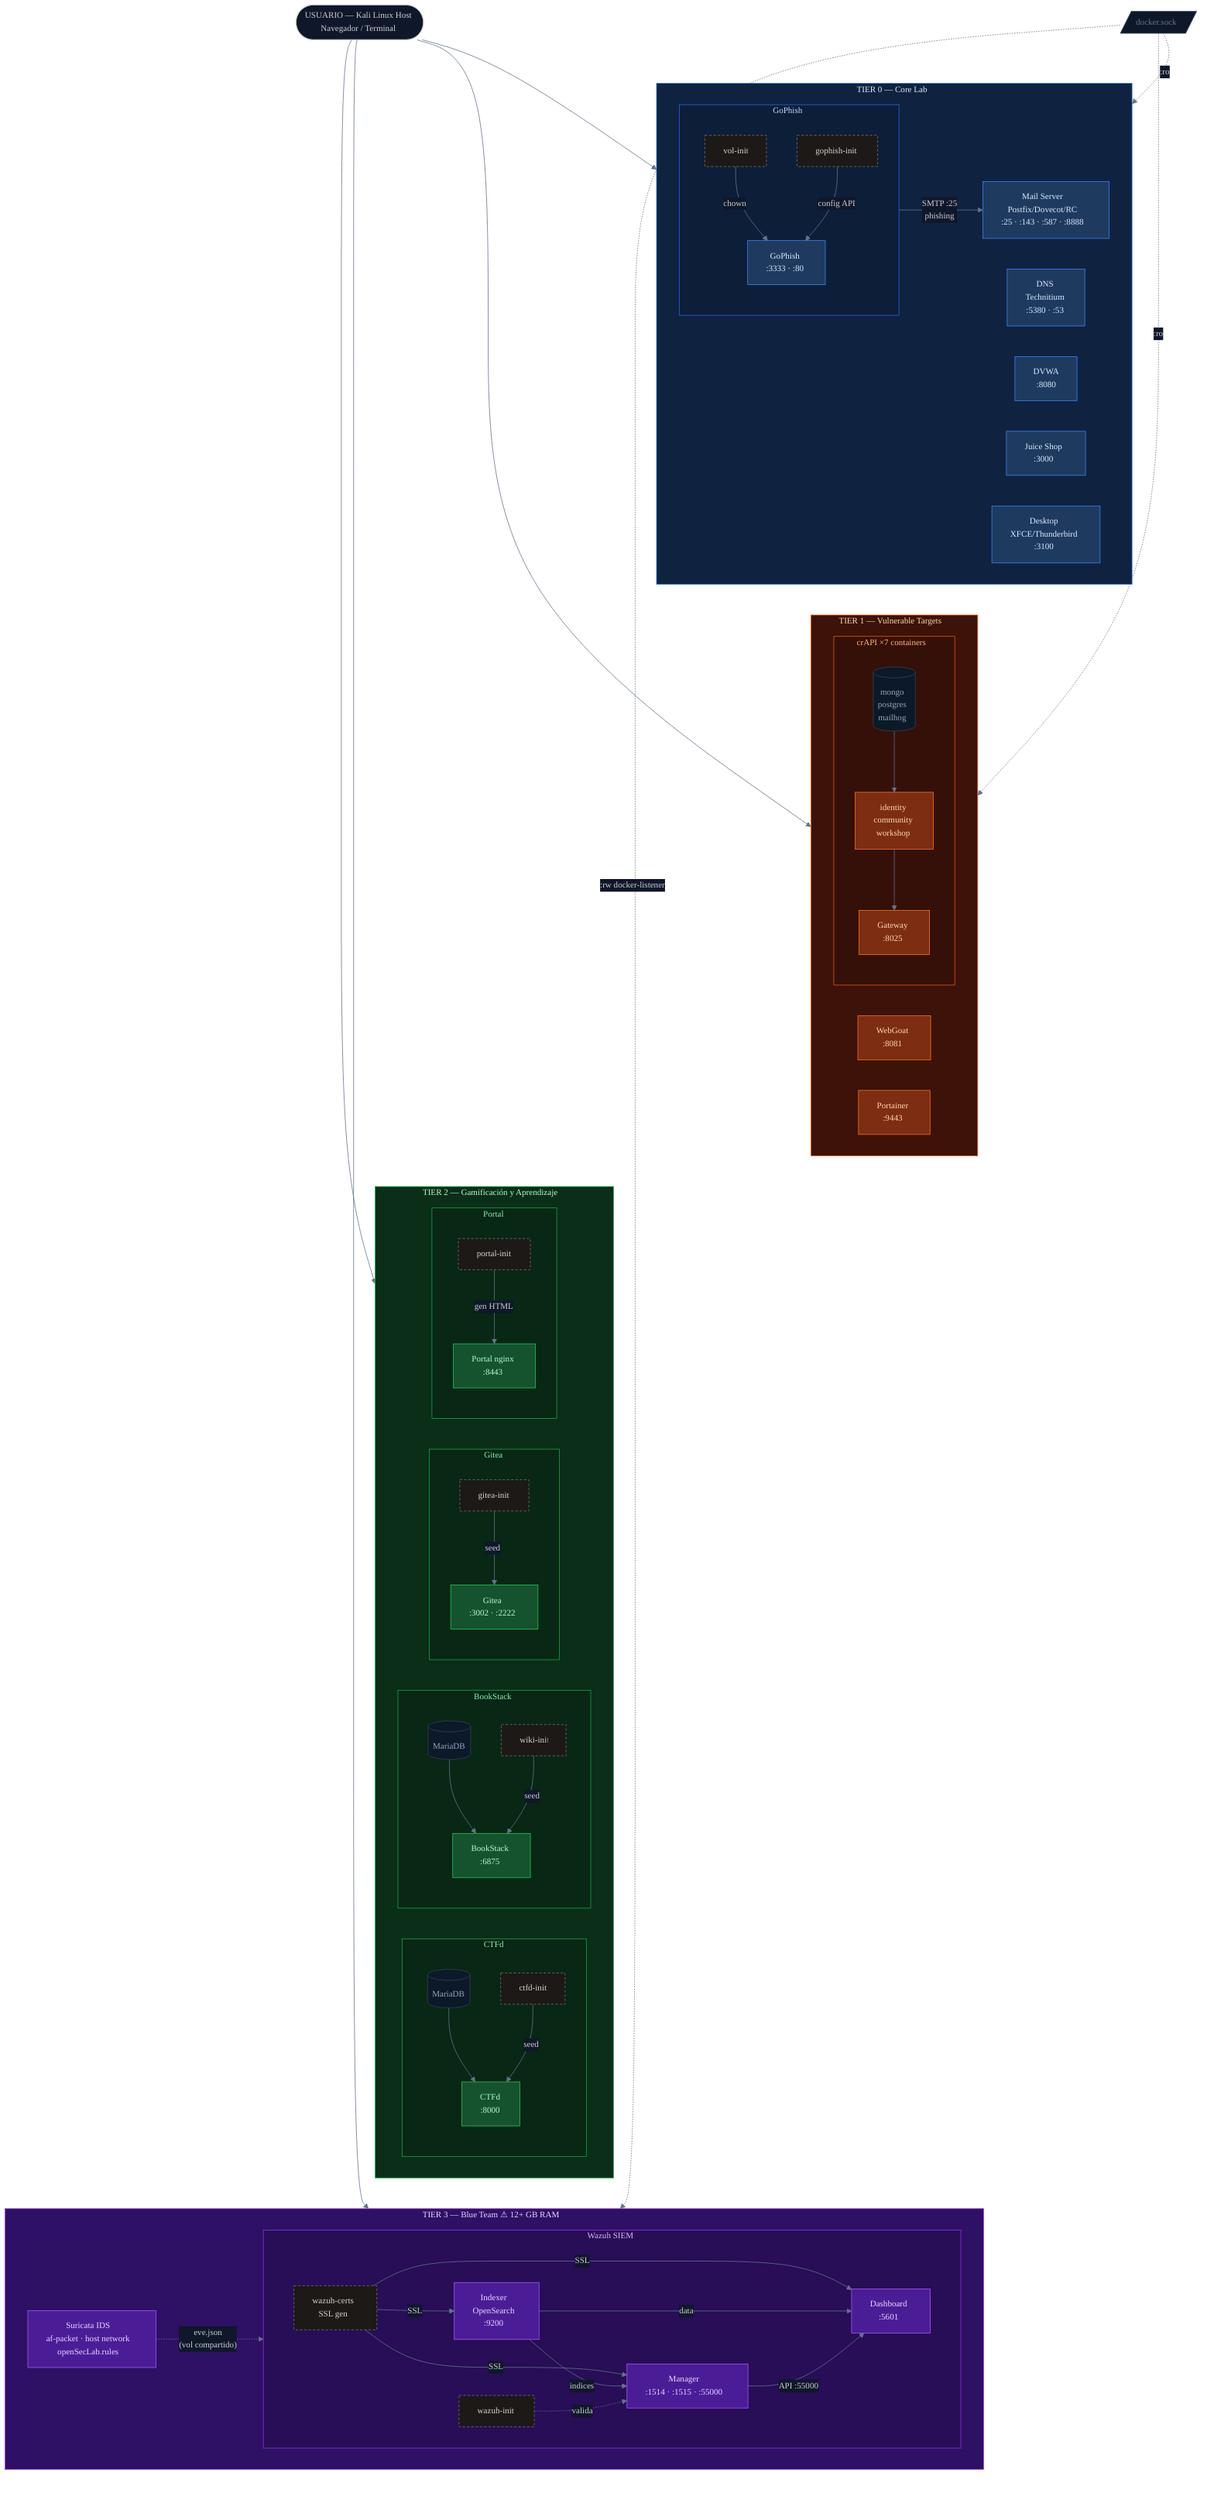
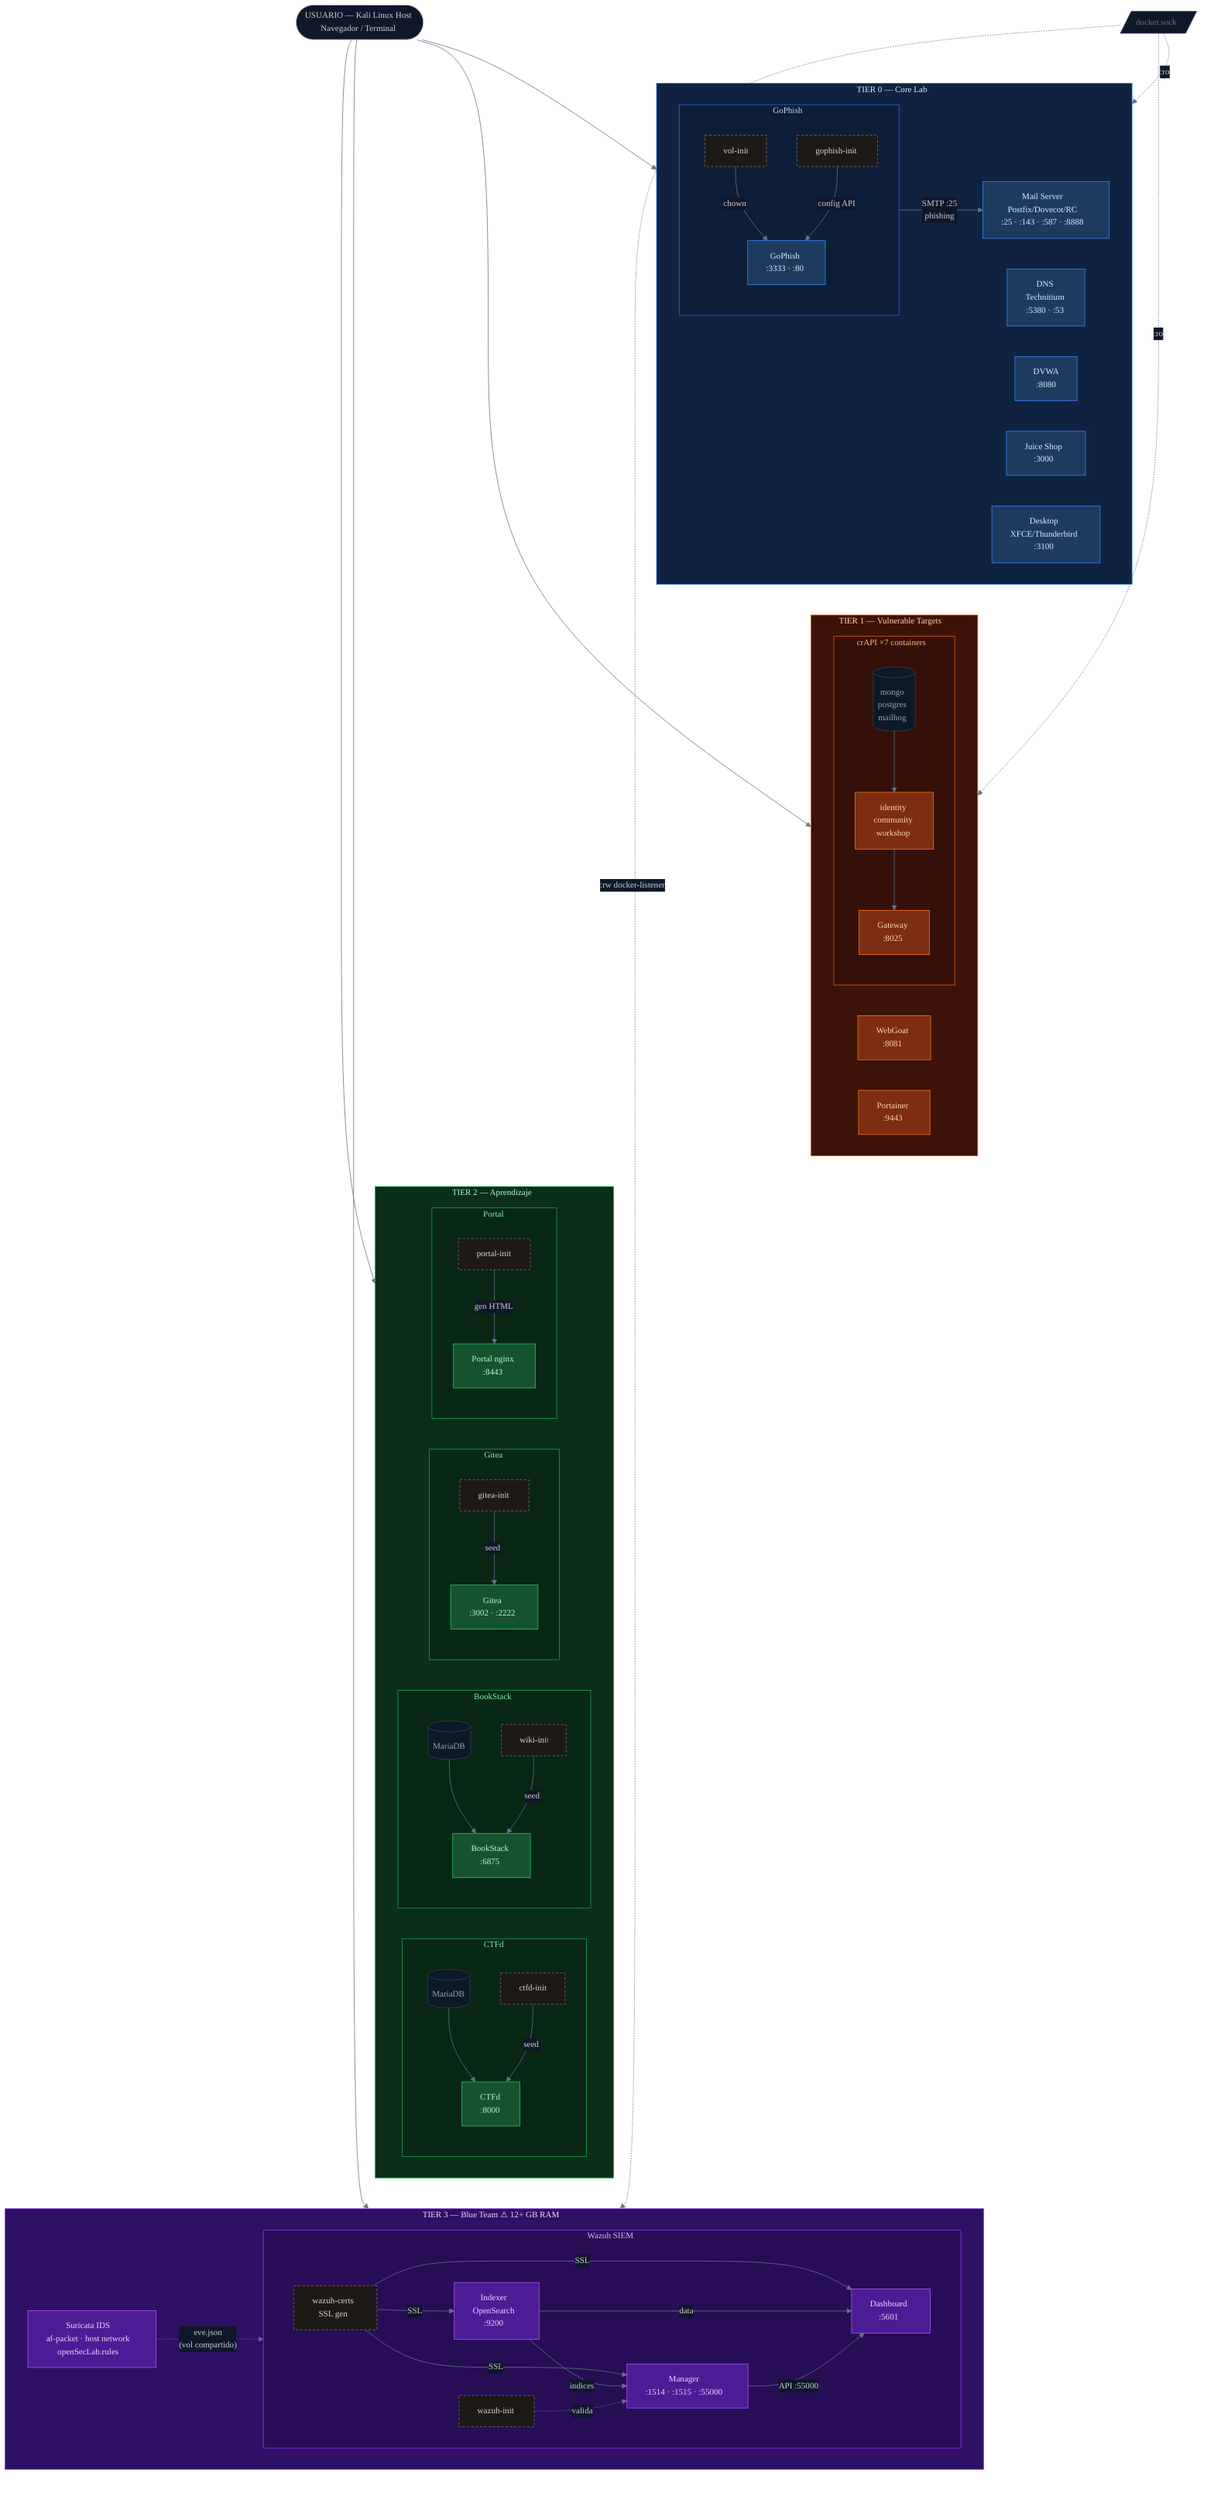
%%{
  init: {
    "theme": "dark",
    "themeVariables": {
      "background":       "#0f172a",
      "mainBkg":          "#0f172a",
      "primaryColor":     "#1e293b",
      "primaryTextColor": "#f1f5f9",
      "primaryBorderColor":"#475569",
      "lineColor":        "#64748b",
      "clusterBkg":       "#1a2235",
      "clusterBorder":    "#334155",
      "titleColor":       "#f8fafc",
      "edgeLabelBackground":"#0f172a",
      "fontFamily":       "ui-monospace, monospace",
      "fontSize":         "14px"
    }
  }
}%%
flowchart TB

  %% ══════════════════════════════════════════════════════════
  %%  ENTRY POINT
  %% ══════════════════════════════════════════════════════════
  BROWSER(["USUARIO — Kali Linux Host\nNavegador / Terminal"])

  %% ══════════════════════════════════════════════════════════
  %%  TIER 0 — CORE LAB
  %% ══════════════════════════════════════════════════════════
  subgraph T0["  TIER 0 — Core Lab  "]
    direction LR
    DNS["DNS\nTechnitium\n:5380 · :53"]
    MAIL["Mail Server\nPostfix/Dovecot/RC\n:25 · :143 · :587 · :8888"]
    DVWA["DVWA\n:8080"]
    JUICE["Juice Shop\n:3000"]
    DESKTOP["Desktop\nXFCE/Thunderbird\n:3100"]
    subgraph GPHSH["  GoPhish  "]
      direction TB
      GOPHISH_VI["vol-init"]:::init
      GOPHISH["GoPhish\n:3333 · :80"]
      GOPHISH_INIT["gophish-init"]:::init
      GOPHISH_VI -->|"chown"| GOPHISH
      GOPHISH_INIT -->|"config API"| GOPHISH
    end
  end

  %% ══════════════════════════════════════════════════════════
  %%  TIER 1 — VULNERABLE TARGETS
  %% ══════════════════════════════════════════════════════════
  subgraph T1["  TIER 1 — Vulnerable Targets  "]
    direction LR
    WEBGOAT["WebGoat\n:8081"]
    PORTAINER["Portainer\n:9443"]
    subgraph CRAPI_GRP["  crAPI  ×7 containers  "]
      direction TB
      CRAPI_DB[("mongo\npostgres\nmailhog")]:::db
      CRAPI_SVC["identity\ncommunity\nworkshop"]
      CRAPI["Gateway\n:8025"]
      CRAPI_DB --> CRAPI_SVC --> CRAPI
    end
  end

  %% ══════════════════════════════════════════════════════════
-   %%  TIER 2 — GAMIFICACIÓN
-   %% ══════════════════════════════════════════════════════════
-   subgraph T2["  TIER 2 — Gamificación y Aprendizaje  "]
+   %%  TIER 2 — APRENDIZAJE
+   %% ══════════════════════════════════════════════════════════
+   subgraph T2["  TIER 2 — Aprendizaje  "]
    direction LR

    subgraph CTFD_GRP["  CTFd  "]
      direction TB
      CTFD_DB[("MariaDB")]:::db
      CTFD["CTFd\n:8000"]
      CTFD_INIT["ctfd-init"]:::init
      CTFD_DB --> CTFD
      CTFD_INIT -->|"seed"| CTFD
    end

    subgraph WIKI_GRP["  BookStack  "]
      direction TB
      WIKI_DB[("MariaDB")]:::db
      WIKI["BookStack\n:6875"]
      WIKI_INIT["wiki-init"]:::init
      WIKI_DB --> WIKI
      WIKI_INIT -->|"seed"| WIKI
    end

    subgraph GITEA_GRP["  Gitea  "]
      direction TB
      GITEA["Gitea\n:3002 · :2222"]
      GITEA_INIT["gitea-init"]:::init
      GITEA_INIT -->|"seed"| GITEA
    end

    subgraph PORTAL_GRP["  Portal  "]
      direction TB
      PORTAL_INIT["portal-init"]:::init
      PORTAL["Portal nginx\n:8443"]
      PORTAL_INIT -->|"gen HTML"| PORTAL
    end
  end

  %% ══════════════════════════════════════════════════════════
  %%  TIER 3 — BLUE TEAM
  %% ══════════════════════════════════════════════════════════
  subgraph T3["  TIER 3 — Blue Team  ⚠ 12+ GB RAM  "]
    direction LR

    subgraph WAZUH_GRP["  Wazuh SIEM  "]
      direction LR
      WAZUH_CERTS["wazuh-certs\nSSL gen"]:::init
      WAZUH_IDX["Indexer\nOpenSearch\n:9200"]
      WAZUH_MGR["Manager\n:1514 · :1515 · :55000"]
      WAZUH_DASH["Dashboard\n:5601"]
      WAZUH_INIT["wazuh-init"]:::init
      WAZUH_CERTS -->|"SSL"| WAZUH_IDX
      WAZUH_CERTS -->|"SSL"| WAZUH_MGR
      WAZUH_CERTS -->|"SSL"| WAZUH_DASH
      WAZUH_IDX -->|"indices"| WAZUH_MGR
      WAZUH_IDX -->|"data"| WAZUH_DASH
      WAZUH_MGR -->|"API :55000"| WAZUH_DASH
      WAZUH_INIT -.->|"valida"| WAZUH_MGR
    end

    SURICATA["Suricata IDS\naf-packet · host network\nopenSecLab.rules"]
  end

  %% ══════════════════════════════════════════════════════════
  %%  SHARED HOST RESOURCES
  %% ══════════════════════════════════════════════════════════
  DOCKER_SOCK[/"docker.sock"/]:::shared

  %% ══════════════════════════════════════════════════════════
  %%  ACCESO USUARIO → TIERS
  %% ══════════════════════════════════════════════════════════
  BROWSER --> T0
  BROWSER --> T1
  BROWSER --> T2
  BROWSER --> WAZUH_DASH

  %% ══════════════════════════════════════════════════════════
  %%  FORZAR ORDEN VERTICAL: T0 → T1 → T2 → T3
  %% ══════════════════════════════════════════════════════════
  T0 ~~~ T1
  T1 ~~~ T2
  T2 ~~~ T3

  %% ══════════════════════════════════════════════════════════
  %%  CONEXIONES CROSS-TIER
  %% ══════════════════════════════════════════════════════════

  %% GoPhish envía correos de phishing via Mail (SMTP)
  GOPHISH -->|"SMTP :25\nphishing"| MAIL

  %% Suricata captura tráfico → escribe eve.json → Wazuh Manager lo lee
  SURICATA -.->|"eve.json\n(vol compartido)"| WAZUH_MGR

  %% docker.sock: inspección de contenedores
  DOCKER_SOCK -.->|":ro"| DESKTOP
  DOCKER_SOCK -.->|":ro"| PORTAINER
  DOCKER_SOCK -.->|":rw docker-listener"| WAZUH_MGR

  %% ══════════════════════════════════════════════════════════
  %%  ESTILOS
  %% ══════════════════════════════════════════════════════════
  classDef init   fill:#1c1917,stroke:#78716c,color:#d6d3d1,stroke-dasharray:4 3
  classDef db     fill:#0c1929,stroke:#334155,color:#94a3b8
  classDef shared fill:#0f172a,stroke:#475569,color:#64748b

  %% Tier 0 — azul
  style T0        fill:#0f2340,stroke:#3b82f6,color:#dbeafe
  style GPHSH     fill:#0d1f38,stroke:#2563eb,color:#bfdbfe

  %% Tier 1 — naranja
  style T1        fill:#3d1208,stroke:#f97316,color:#fed7aa
  style CRAPI_GRP fill:#351008,stroke:#ea580c,color:#fdba74

  %% Tier 2 — verde
  style T2        fill:#0a2e18,stroke:#22c55e,color:#bbf7d0
  style CTFD_GRP  fill:#082714,stroke:#16a34a,color:#86efac
  style WIKI_GRP  fill:#082714,stroke:#16a34a,color:#86efac
  style GITEA_GRP fill:#082714,stroke:#16a34a,color:#86efac
  style PORTAL_GRP fill:#082714,stroke:#16a34a,color:#86efac

  %% Tier 3 — morado
  style T3        fill:#2e1065,stroke:#a855f7,color:#e9d5ff
  style WAZUH_GRP fill:#270e56,stroke:#9333ea,color:#d8b4fe

  %% Nodos específicos: tier0=azul, tier1=naranja, tier2=verde, tier3=morado
  style DNS     fill:#1e3a5f,stroke:#3b82f6,color:#dbeafe
  style MAIL    fill:#1e3a5f,stroke:#3b82f6,color:#dbeafe
  style DVWA    fill:#1e3a5f,stroke:#3b82f6,color:#dbeafe
  style JUICE   fill:#1e3a5f,stroke:#3b82f6,color:#dbeafe
  style DESKTOP fill:#1e3a5f,stroke:#3b82f6,color:#dbeafe
  style GOPHISH fill:#1e3a5f,stroke:#3b82f6,color:#dbeafe

  style WEBGOAT  fill:#7c2d12,stroke:#f97316,color:#fed7aa
  style PORTAINER fill:#7c2d12,stroke:#f97316,color:#fed7aa
  style CRAPI_SVC fill:#7c2d12,stroke:#f97316,color:#fed7aa
  style CRAPI    fill:#7c2d12,stroke:#f97316,color:#fed7aa

  style CTFD    fill:#14532d,stroke:#22c55e,color:#bbf7d0
  style WIKI    fill:#14532d,stroke:#22c55e,color:#bbf7d0
  style GITEA   fill:#14532d,stroke:#22c55e,color:#bbf7d0
  style PORTAL  fill:#14532d,stroke:#22c55e,color:#bbf7d0

  style WAZUH_IDX  fill:#4a1d96,stroke:#a855f7,color:#e9d5ff
  style WAZUH_MGR  fill:#4a1d96,stroke:#a855f7,color:#e9d5ff
  style WAZUH_DASH fill:#4a1d96,stroke:#a855f7,color:#e9d5ff
  style SURICATA   fill:#4a1d96,stroke:#a855f7,color:#e9d5ff
